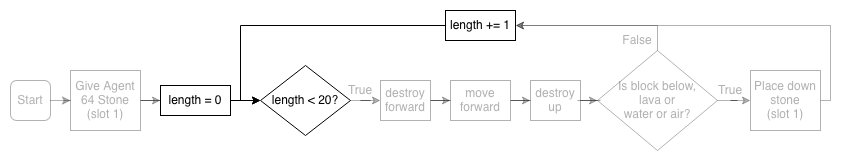
Earlier version of the draw.io export tutorials/python-islands/island-7/autominer/images/flowchart-landscape_2.png (CausewayDigital/Minecraft-EE-MakeCode). Source tidied: cells renumbered, new cells last; positions are measured from the earlier drawing's top-left corner, leaving out a move shared by most shapes.
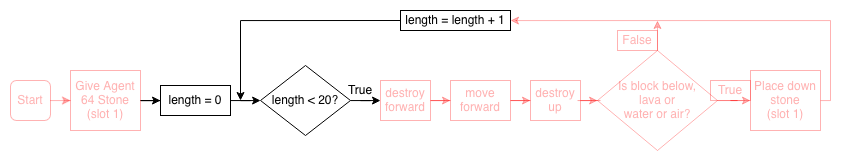
The same file after the commit.

Commit message:
Updated flowchart images autominer island 7

Diff of the diagram source:
```diff
@@ -2,16 +2,16 @@
   <root>
     <mxCell id="0" />
     <mxCell id="1" parent="0" />
-    <mxCell id="2" style="edgeStyle=orthogonalEdgeStyle;rounded=0;jettySize=auto;html=1;textOpacity=30;opacity=30;" parent="1" edge="1" source="3" target="5">
+    <mxCell id="2" style="edgeStyle=orthogonalEdgeStyle;rounded=0;jettySize=auto;html=1;strokeColor=#FF0000;opacity=30;fontColor=#FF0000;textOpacity=30;" parent="1" edge="1" source="3" target="5">
       <mxGeometry relative="1" as="geometry" />
     </mxCell>
-    <mxCell id="3" value="Start" style="rounded=1;whiteSpace=wrap;html=1;textOpacity=30;opacity=30;" parent="1" vertex="1">
+    <mxCell id="3" value="Start" style="rounded=1;whiteSpace=wrap;html=1;strokeColor=#FF0000;opacity=30;fontColor=#FF0000;textOpacity=30;" parent="1" vertex="1">
       <mxGeometry y="70" width="40" height="40" as="geometry" />
     </mxCell>
-    <mxCell id="4" style="edgeStyle=orthogonalEdgeStyle;rounded=0;jettySize=auto;html=1;textOpacity=30;opacity=30;" parent="1" edge="1" source="5" target="7">
+    <mxCell id="4" style="edgeStyle=orthogonalEdgeStyle;rounded=0;jettySize=auto;html=1;" parent="1" edge="1" source="5" target="7">
       <mxGeometry relative="1" as="geometry" />
     </mxCell>
-    <mxCell id="5" value="&lt;div&gt;Give Agent 64 Stone&lt;/div&gt;(slot 1)" style="rounded=0;whiteSpace=wrap;html=1;textOpacity=30;opacity=30;" parent="1" vertex="1">
+    <mxCell id="5" value="&lt;div&gt;Give Agent 64 Stone&lt;/div&gt;(slot 1)" style="rounded=0;whiteSpace=wrap;html=1;strokeColor=#FF0000;opacity=30;fontColor=#FF0000;textOpacity=30;" parent="1" vertex="1">
       <mxGeometry x="60" y="60" width="70" height="60" as="geometry" />
     </mxCell>
     <mxCell id="6" style="edgeStyle=orthogonalEdgeStyle;rounded=0;jettySize=auto;html=1;" parent="1" edge="1" source="7" target="9">
@@ -20,68 +20,69 @@
     <mxCell id="7" value="length = 0" style="rounded=0;whiteSpace=wrap;html=1;" parent="1" vertex="1">
       <mxGeometry x="150" y="75" width="70" height="30" as="geometry" />
     </mxCell>
-    <mxCell id="8" style="edgeStyle=orthogonalEdgeStyle;rounded=0;jettySize=auto;html=1;opacity=30;textOpacity=30;" parent="1" edge="1" source="9" target="11">
+    <mxCell id="8" style="edgeStyle=orthogonalEdgeStyle;rounded=0;jettySize=auto;html=1;" parent="1" edge="1" source="9" target="11">
       <mxGeometry relative="1" as="geometry" />
     </mxCell>
     <mxCell id="9" value="length &amp;lt; 20?" style="rhombus;whiteSpace=wrap;html=1;" parent="1" vertex="1">
       <mxGeometry x="250" y="55" width="90" height="70" as="geometry" />
     </mxCell>
-    <mxCell id="10" style="edgeStyle=orthogonalEdgeStyle;rounded=0;jettySize=auto;html=1;opacity=30;textOpacity=30;" parent="1" edge="1" source="11" target="13">
+    <mxCell id="10" style="edgeStyle=orthogonalEdgeStyle;rounded=0;jettySize=auto;html=1;fontColor=#FF0000;textOpacity=30;strokeColor=#FF0000;opacity=30;" parent="1" edge="1" source="11" target="13">
       <mxGeometry relative="1" as="geometry" />
     </mxCell>
-    <mxCell id="11" value="destroy forward" style="rounded=0;whiteSpace=wrap;html=1;opacity=30;textOpacity=30;" parent="1" vertex="1">
+    <mxCell id="11" value="destroy forward" style="rounded=0;whiteSpace=wrap;html=1;fontColor=#FF0000;textOpacity=30;strokeColor=#FF0000;opacity=30;" parent="1" vertex="1">
       <mxGeometry x="370" y="70" width="50" height="40" as="geometry" />
     </mxCell>
-    <mxCell id="12" style="edgeStyle=orthogonalEdgeStyle;rounded=0;jettySize=auto;html=1;exitX=1;exitY=0.5;exitDx=0;exitDy=0;opacity=30;textOpacity=30;" parent="1" edge="1" source="13" target="15">
+    <mxCell id="12" style="edgeStyle=orthogonalEdgeStyle;rounded=0;jettySize=auto;html=1;exitX=1;exitY=0.5;exitDx=0;exitDy=0;fontColor=#FF0000;textOpacity=30;strokeColor=#FF0000;opacity=30;" parent="1" edge="1" source="13" target="15">
       <mxGeometry relative="1" as="geometry" />
     </mxCell>
-    <mxCell id="13" value="move forward" style="rounded=0;whiteSpace=wrap;html=1;opacity=30;textOpacity=30;" parent="1" vertex="1">
+    <mxCell id="13" value="move forward" style="rounded=0;whiteSpace=wrap;html=1;fontColor=#FF0000;textOpacity=30;strokeColor=#FF0000;opacity=30;" parent="1" vertex="1">
       <mxGeometry x="440" y="70" width="60" height="40" as="geometry" />
     </mxCell>
-    <mxCell id="14" style="edgeStyle=orthogonalEdgeStyle;rounded=0;jettySize=auto;html=1;opacity=30;textOpacity=30;" parent="1" edge="1" source="15" target="17">
+    <mxCell id="14" style="edgeStyle=orthogonalEdgeStyle;rounded=0;jettySize=auto;html=1;fontColor=#FF0000;textOpacity=30;strokeColor=#FF0000;opacity=30;" parent="1" edge="1" source="15" target="17">
       <mxGeometry relative="1" as="geometry" />
     </mxCell>
-    <mxCell id="15" value="destroy up" style="rounded=0;whiteSpace=wrap;html=1;opacity=30;textOpacity=30;" parent="1" vertex="1">
+    <mxCell id="15" value="destroy up" style="rounded=0;whiteSpace=wrap;html=1;fontColor=#FF0000;textOpacity=30;strokeColor=#FF0000;opacity=30;" parent="1" vertex="1">
       <mxGeometry x="520" y="70" width="50" height="40" as="geometry" />
     </mxCell>
-    <mxCell id="16" style="edgeStyle=orthogonalEdgeStyle;rounded=0;jettySize=auto;html=1;opacity=30;textOpacity=30;" parent="1" edge="1" source="17" target="19">
+    <mxCell id="16" style="edgeStyle=orthogonalEdgeStyle;rounded=0;jettySize=auto;html=1;strokeColor=#FF0000;opacity=30;fontColor=#FF0000;textOpacity=30;" parent="1" edge="1" source="17" target="19">
       <mxGeometry relative="1" as="geometry" />
     </mxCell>
+    <mxCell id="26" style="edgeStyle=orthogonalEdgeStyle;rounded=0;jettySize=auto;html=1;exitX=0.5;exitY=0;exitDx=0;exitDy=0;strokeColor=#FF0000;opacity=30;fontColor=#FF0000;textOpacity=30;" parent="1" edge="1" source="17">
+      <mxGeometry relative="1" as="geometry">
+        <mxPoint x="647" y="10" as="targetPoint" />
+      </mxGeometry>
+    </mxCell>
-    <mxCell id="17" value="Is block below, &lt;br&gt;lava or &lt;br&gt;water or air?" style="rhombus;whiteSpace=wrap;html=1;opacity=30;textOpacity=30;" parent="1" vertex="1">
+    <mxCell id="17" value="Is block below, &lt;br&gt;lava or &lt;br&gt;water or air?" style="rhombus;whiteSpace=wrap;html=1;strokeColor=#FF0000;opacity=30;fontColor=#FF0000;textOpacity=30;" parent="1" vertex="1">
       <mxGeometry x="587" y="40" width="120" height="100" as="geometry" />
     </mxCell>
-    <mxCell id="18" style="edgeStyle=orthogonalEdgeStyle;rounded=0;jettySize=auto;html=1;entryX=1;entryY=0.5;entryDx=0;entryDy=0;opacity=30;textOpacity=30;" parent="1" edge="1" source="19" target="25">
+    <mxCell id="18" style="edgeStyle=orthogonalEdgeStyle;rounded=0;jettySize=auto;html=1;entryX=1;entryY=0.5;entryDx=0;entryDy=0;strokeColor=#FF0000;opacity=30;fontColor=#FF0000;textOpacity=30;" parent="1" edge="1" source="19" target="25">
       <mxGeometry relative="1" as="geometry">
         <Array as="points">
           <mxPoint x="820" y="90" />
-          <mxPoint x="820" y="15" />
+          <mxPoint x="820" y="10" />
+          <mxPoint x="505" y="10" />
         </Array>
       </mxGeometry>
     </mxCell>
-    <mxCell id="19" value="&lt;div&gt;Place down stone&lt;/div&gt;(slot 1)" style="rounded=0;whiteSpace=wrap;html=1;opacity=30;textOpacity=30;" parent="1" vertex="1">
+    <mxCell id="19" value="&lt;div&gt;Place down stone&lt;/div&gt;(slot 1)" style="rounded=0;whiteSpace=wrap;html=1;strokeColor=#FF0000;opacity=30;fontColor=#FF0000;textOpacity=30;" parent="1" vertex="1">
       <mxGeometry x="740" y="60" width="70" height="60" as="geometry" />
     </mxCell>
-    <mxCell id="20" value="True&lt;span style=&quot;color: rgba(0 , 0 , 0 , 0) ; font-family: monospace ; font-size: 0px&quot;&gt;%3CmxGraphModel%3E%3Croot%3E%3CmxCell%20id%3D%220%22%2F%3E%3CmxCell%20id%3D%221%22%20parent%3D%220%22%2F%3E%3CmxCell%20id%3D%222%22%20value%3D%22destroy%20forward%22%20style%3D%22rounded%3D0%3BwhiteSpace%3Dwrap%3Bhtml%3D1%3B%22%20vertex%3D%221%22%20parent%3D%221%22%3E%3CmxGeometry%20x%3D%22240%22%20y%3D%22560%22%20width%3D%22120%22%20height%3D%2260%22%20as%3D%22geometry%22%2F%3E%3C%2FmxCell%3E%3C%2Froot%3E%3C%2FmxGraphModel%3E&lt;/span&gt;" style="text;html=1;align=center;verticalAlign=middle;whiteSpace=wrap;rounded=0;opacity=30;textOpacity=30;" parent="1" vertex="1">
+    <mxCell id="20" value="True&lt;span style=&quot;color: rgba(0 , 0 , 0 , 0) ; font-family: monospace ; font-size: 0px&quot;&gt;%3CmxGraphModel%3E%3Croot%3E%3CmxCell%20id%3D%220%22%2F%3E%3CmxCell%20id%3D%221%22%20parent%3D%220%22%2F%3E%3CmxCell%20id%3D%222%22%20value%3D%22destroy%20forward%22%20style%3D%22rounded%3D0%3BwhiteSpace%3Dwrap%3Bhtml%3D1%3B%22%20vertex%3D%221%22%20parent%3D%221%22%3E%3CmxGeometry%20x%3D%22240%22%20y%3D%22560%22%20width%3D%22120%22%20height%3D%2260%22%20as%3D%22geometry%22%2F%3E%3C%2FmxCell%3E%3C%2Froot%3E%3C%2FmxGraphModel%3E&lt;/span&gt;" style="text;html=1;align=center;verticalAlign=middle;whiteSpace=wrap;rounded=0;" parent="1" vertex="1">
       <mxGeometry x="330" y="70" width="40" height="20" as="geometry" />
     </mxCell>
-    <mxCell id="21" value="True&lt;span style=&quot;color: rgba(0 , 0 , 0 , 0) ; font-family: monospace ; font-size: 0px&quot;&gt;%3CmxGraphModel%3E%3Croot%3E%3CmxCell%20id%3D%220%22%2F%3E%3CmxCell%20id%3D%221%22%20parent%3D%220%22%2F%3E%3CmxCell%20id%3D%222%22%20value%3D%22destroy%20forward%22%20style%3D%22rounded%3D0%3BwhiteSpace%3Dwrap%3Bhtml%3D1%3B%22%20vertex%3D%221%22%20parent%3D%221%22%3E%3CmxGeometry%20x%3D%22240%22%20y%3D%22560%22%20width%3D%22120%22%20height%3D%2260%22%20as%3D%22geometry%22%2F%3E%3C%2FmxCell%3E%3C%2Froot%3E%3C%2FmxGraphModel%3E&lt;/span&gt;" style="text;html=1;align=center;verticalAlign=middle;whiteSpace=wrap;rounded=0;opacity=30;textOpacity=30;" parent="1" vertex="1">
+    <mxCell id="21" value="True&lt;span style=&quot;font-family: monospace; font-size: 0px;&quot;&gt;%3CmxGraphModel%3E%3Croot%3E%3CmxCell%20id%3D%220%22%2F%3E%3CmxCell%20id%3D%221%22%20parent%3D%220%22%2F%3E%3CmxCell%20id%3D%222%22%20value%3D%22destroy%20forward%22%20style%3D%22rounded%3D0%3BwhiteSpace%3Dwrap%3Bhtml%3D1%3B%22%20vertex%3D%221%22%20parent%3D%221%22%3E%3CmxGeometry%20x%3D%22240%22%20y%3D%22560%22%20width%3D%22120%22%20height%3D%2260%22%20as%3D%22geometry%22%2F%3E%3C%2FmxCell%3E%3C%2Froot%3E%3C%2FmxGraphModel%3E&lt;/span&gt;" style="text;html=1;align=center;verticalAlign=middle;whiteSpace=wrap;rounded=0;strokeColor=#FF0000;opacity=30;fontColor=#FF0000;textOpacity=30;" parent="1" vertex="1">
       <mxGeometry x="700" y="70" width="40" height="20" as="geometry" />
     </mxCell>
-    <mxCell id="22" style="edgeStyle=orthogonalEdgeStyle;rounded=0;jettySize=auto;html=1;exitX=1;exitY=1;exitDx=0;exitDy=0;entryX=1;entryY=0.5;entryDx=0;entryDy=0;opacity=30;textOpacity=30;" parent="1" edge="1" source="23" target="25">
-      <mxGeometry relative="1" as="geometry">
-        <Array as="points">
-          <mxPoint x="647" y="15" />
-        </Array>
-      </mxGeometry>
-    </mxCell>
-    <mxCell id="23" value="False" style="text;html=1;align=center;verticalAlign=middle;whiteSpace=wrap;rounded=0;opacity=30;textOpacity=30;" parent="1" vertex="1">
+    <mxCell id="23" value="False" style="text;html=1;align=center;verticalAlign=middle;whiteSpace=wrap;rounded=0;strokeColor=#FF0000;opacity=30;fontColor=#FF0000;textOpacity=30;" parent="1" vertex="1">
       <mxGeometry x="607" y="20" width="40" height="20" as="geometry" />
     </mxCell>
-    <mxCell id="24" style="edgeStyle=orthogonalEdgeStyle;rounded=0;jettySize=auto;html=1;entryX=0;entryY=0.5;entryDx=0;entryDy=0;" parent="1" edge="1" source="25" target="9">
-      <mxGeometry relative="1" as="geometry" />
-    </mxCell>
+    <mxCell id="27" style="edgeStyle=orthogonalEdgeStyle;rounded=0;jettySize=auto;html=1;exitX=0;exitY=0.5;exitDx=0;exitDy=0;" parent="1" edge="1" source="25">
+      <mxGeometry relative="1" as="geometry">
+        <mxPoint x="230" y="90" as="targetPoint" />
+      </mxGeometry>
+    </mxCell>
-    <mxCell id="25" value="length += 1" style="rounded=0;whiteSpace=wrap;html=1;" parent="1" vertex="1">
-      <mxGeometry x="435" width="70" height="30" as="geometry" />
+    <mxCell id="25" value="length = length + 1" style="rounded=0;whiteSpace=wrap;html=1;" parent="1" vertex="1">
+      <mxGeometry x="390" width="110" height="20" as="geometry" />
     </mxCell>
   </root>
 </mxGraphModel>
```
